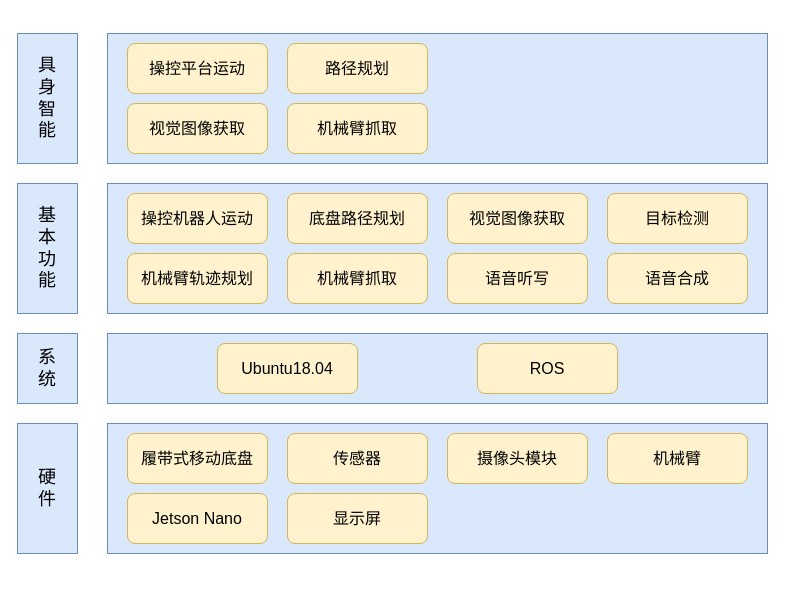
Earlier version of the draw.io diagram work.drawio (xuhaoShaw/QRobot). Source tidied: cells renumbered, new cells numbered last; positions are measured from the earlier drawing's top-left corner, leaving out a move shared by most shapes. Both pictures are drawn from the tidied source at 100%, with x=0, y=0 at pixel (17, 33).
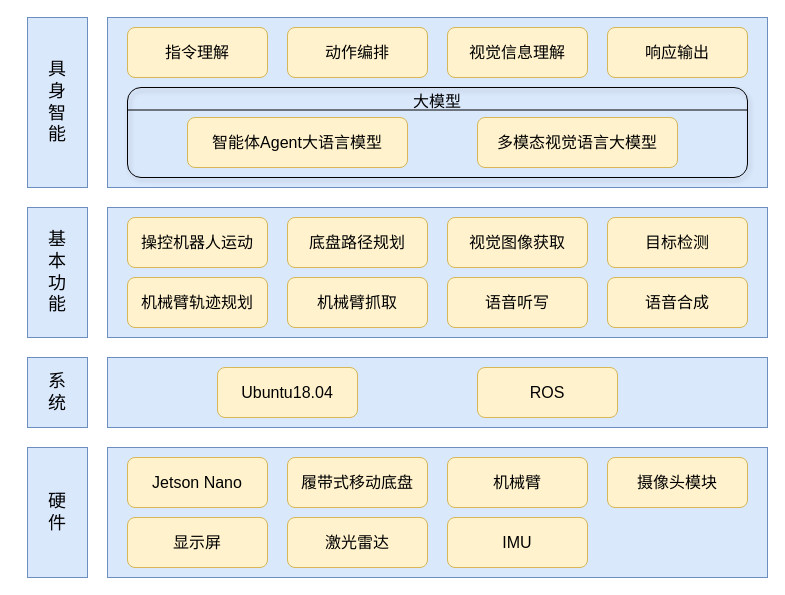
After the change.

What changed in the source:
```diff
@@
     <mxCell id="2" style="rounded=0;whiteSpace=wrap;html=1;fillColor=#dae8fc;strokeColor=#6c8ebf;" parent="1" vertex="1">
-      <mxGeometry x="90" y="390" width="660" height="130" as="geometry" />
+      <mxGeometry x="90" y="414" width="660" height="130" as="geometry" />
     </mxCell>
     <mxCell id="3" value="&lt;font style=&quot;font-size: 16px;&quot;&gt;履带式移动底盘&lt;/font&gt;" style="rounded=1;whiteSpace=wrap;html=1;fillColor=#fff2cc;strokeColor=#d6b656;" parent="1" vertex="1">
-      <mxGeometry x="110" y="400" width="140" height="50" as="geometry" />
+      <mxGeometry x="270" y="424" width="140" height="50" as="geometry" />
     </mxCell>
-    <mxCell id="4" value="&lt;font style=&quot;font-size: 16px;&quot;&gt;传感器&lt;/font&gt;" style="rounded=1;whiteSpace=wrap;html=1;fillColor=#fff2cc;strokeColor=#d6b656;" parent="1" vertex="1">
-      <mxGeometry x="270" y="400" width="140" height="50" as="geometry" />
+    <mxCell id="4" value="&lt;font style=&quot;font-size: 16px;&quot;&gt;激光雷达&lt;/font&gt;" style="rounded=1;whiteSpace=wrap;html=1;fillColor=#fff2cc;strokeColor=#d6b656;" parent="1" vertex="1">
+      <mxGeometry x="270" y="484" width="140" height="50" as="geometry" />
     </mxCell>
     <mxCell id="5" value="&lt;font style=&quot;font-size: 16px;&quot;&gt;摄像头模块&lt;/font&gt;" style="rounded=1;whiteSpace=wrap;html=1;fillColor=#fff2cc;strokeColor=#d6b656;" parent="1" vertex="1">
-      <mxGeometry x="430" y="400" width="140" height="50" as="geometry" />
+      <mxGeometry x="590" y="424" width="140" height="50" as="geometry" />
     </mxCell>
     <mxCell id="6" value="&lt;font style=&quot;font-size: 16px;&quot;&gt;机械臂&lt;/font&gt;" style="rounded=1;whiteSpace=wrap;html=1;fillColor=#fff2cc;strokeColor=#d6b656;" parent="1" vertex="1">
-      <mxGeometry x="590" y="400" width="140" height="50" as="geometry" />
+      <mxGeometry x="430" y="424" width="140" height="50" as="geometry" />
     </mxCell>
     <mxCell id="7" value="&lt;font face=&quot;Helvetica&quot; style=&quot;font-size: 18px;&quot;&gt;硬&lt;/font&gt;&lt;div&gt;&lt;font face=&quot;Helvetica&quot; style=&quot;font-size: 18px;&quot;&gt;件&lt;/font&gt;&lt;/div&gt;" style="rounded=0;whiteSpace=wrap;html=1;fillColor=#dae8fc;strokeColor=#6c8ebf;" parent="1" vertex="1">
-      <mxGeometry y="390" width="60" height="130" as="geometry" />
+      <mxGeometry x="10" y="414" width="60" height="130" as="geometry" />
     </mxCell>
     <mxCell id="8" value="&lt;font style=&quot;font-size: 16px;&quot;&gt;Jetson Nano&lt;/font&gt;" style="rounded=1;whiteSpace=wrap;html=1;fillColor=#fff2cc;strokeColor=#d6b656;" parent="1" vertex="1">
-      <mxGeometry x="110" y="460" width="140" height="50" as="geometry" />
+      <mxGeometry x="110" y="424" width="140" height="50" as="geometry" />
     </mxCell>
     <mxCell id="9" value="&lt;font face=&quot;Helvetica&quot; style=&quot;font-size: 18px;&quot;&gt;系&lt;/font&gt;&lt;div&gt;&lt;font face=&quot;Helvetica&quot; style=&quot;font-size: 18px;&quot;&gt;统&lt;/font&gt;&lt;/div&gt;" style="rounded=0;whiteSpace=wrap;html=1;fillColor=#dae8fc;strokeColor=#6c8ebf;" parent="1" vertex="1">
-      <mxGeometry y="300" width="60" height="70" as="geometry" />
+      <mxGeometry x="10" y="324" width="60" height="70" as="geometry" />
     </mxCell>
     <mxCell id="10" value="&lt;font style=&quot;font-size: 16px;&quot;&gt;显示屏&lt;/font&gt;" style="rounded=1;whiteSpace=wrap;html=1;fillColor=#fff2cc;strokeColor=#d6b656;" parent="1" vertex="1">
-      <mxGeometry x="270" y="460" width="140" height="50" as="geometry" />
+      <mxGeometry x="110" y="484" width="140" height="50" as="geometry" />
     </mxCell>
     <mxCell id="11" style="rounded=0;whiteSpace=wrap;html=1;fillColor=#dae8fc;strokeColor=#6c8ebf;" parent="1" vertex="1">
-      <mxGeometry x="90" y="300" width="660" height="70" as="geometry" />
+      <mxGeometry x="90" y="324" width="660" height="70" as="geometry" />
     </mxCell>
     <mxCell id="12" value="&lt;font style=&quot;font-size: 16px;&quot;&gt;Ubuntu18.04&lt;/font&gt;" style="rounded=1;whiteSpace=wrap;html=1;fillColor=#fff2cc;strokeColor=#d6b656;" parent="1" vertex="1">
-      <mxGeometry x="200" y="310" width="140" height="50" as="geometry" />
+      <mxGeometry x="200" y="334" width="140" height="50" as="geometry" />
     </mxCell>
     <mxCell id="13" value="&lt;font style=&quot;font-size: 16px;&quot;&gt;ROS&lt;/font&gt;" style="rounded=1;whiteSpace=wrap;html=1;fillColor=#fff2cc;strokeColor=#d6b656;" parent="1" vertex="1">
-      <mxGeometry x="460" y="310" width="140" height="50" as="geometry" />
+      <mxGeometry x="460" y="334" width="140" height="50" as="geometry" />
     </mxCell>
     <mxCell id="14" value="&lt;span style=&quot;font-size: 18px;&quot;&gt;基&lt;/span&gt;&lt;div&gt;&lt;span style=&quot;font-size: 18px;&quot;&gt;本&lt;/span&gt;&lt;/div&gt;&lt;div&gt;&lt;span style=&quot;font-size: 18px;&quot;&gt;功&lt;/span&gt;&lt;/div&gt;&lt;div&gt;&lt;span style=&quot;font-size: 18px;&quot;&gt;能&lt;/span&gt;&lt;/div&gt;" style="rounded=0;whiteSpace=wrap;html=1;fillColor=#dae8fc;strokeColor=#6c8ebf;" parent="1" vertex="1">
-      <mxGeometry y="150" width="60" height="130" as="geometry" />
+      <mxGeometry x="10" y="174" width="60" height="130" as="geometry" />
     </mxCell>
     <mxCell id="15" style="rounded=0;whiteSpace=wrap;html=1;fillColor=#dae8fc;strokeColor=#6c8ebf;" parent="1" vertex="1">
-      <mxGeometry x="90" y="150" width="660" height="130" as="geometry" />
+      <mxGeometry x="90" y="174" width="660" height="130" as="geometry" />
     </mxCell>
     <mxCell id="16" value="&lt;font style=&quot;font-size: 16px;&quot;&gt;机械臂轨迹规划&lt;/font&gt;" style="rounded=1;whiteSpace=wrap;html=1;fillColor=#fff2cc;strokeColor=#d6b656;" parent="1" vertex="1">
-      <mxGeometry x="110" y="220" width="140" height="50" as="geometry" />
+      <mxGeometry x="110" y="244" width="140" height="50" as="geometry" />
     </mxCell>
     <mxCell id="17" value="&lt;span style=&quot;font-size: 16px;&quot;&gt;操控机器人运动&lt;/span&gt;" style="rounded=1;whiteSpace=wrap;html=1;fillColor=#fff2cc;strokeColor=#d6b656;" parent="1" vertex="1">
-      <mxGeometry x="110" y="160" width="140" height="50" as="geometry" />
+      <mxGeometry x="110" y="184" width="140" height="50" as="geometry" />
     </mxCell>
     <mxCell id="18" value="&lt;font style=&quot;font-size: 16px;&quot;&gt;视觉图像获取&lt;/font&gt;" style="rounded=1;whiteSpace=wrap;html=1;fillColor=#fff2cc;strokeColor=#d6b656;" parent="1" vertex="1">
-      <mxGeometry x="430" y="160" width="140" height="50" as="geometry" />
+      <mxGeometry x="430" y="184" width="140" height="50" as="geometry" />
     </mxCell>
     <mxCell id="19" value="&lt;font style=&quot;font-size: 16px;&quot;&gt;底盘路径规划&lt;/font&gt;" style="rounded=1;whiteSpace=wrap;html=1;fillColor=#fff2cc;strokeColor=#d6b656;" parent="1" vertex="1">
-      <mxGeometry x="270" y="160" width="140" height="50" as="geometry" />
+      <mxGeometry x="270" y="184" width="140" height="50" as="geometry" />
     </mxCell>
     <mxCell id="20" value="&lt;span style=&quot;font-size: 18px;&quot;&gt;具&lt;/span&gt;&lt;div&gt;&lt;span style=&quot;font-size: 18px;&quot;&gt;身&lt;/span&gt;&lt;div&gt;&lt;span style=&quot;font-size: 18px;&quot;&gt;智&lt;/span&gt;&lt;div&gt;&lt;span style=&quot;font-size: 18px;&quot;&gt;能&lt;/span&gt;&lt;/div&gt;&lt;/div&gt;&lt;/div&gt;" style="rounded=0;whiteSpace=wrap;html=1;fillColor=#dae8fc;strokeColor=#6c8ebf;" parent="1" vertex="1">
-      <mxGeometry width="60" height="130" as="geometry" />
+      <mxGeometry x="10" y="-16" width="60" height="170" as="geometry" />
     </mxCell>
     <mxCell id="21" style="rounded=0;whiteSpace=wrap;html=1;fillColor=#dae8fc;strokeColor=#6c8ebf;" parent="1" vertex="1">
-      <mxGeometry x="90" width="660" height="130" as="geometry" />
+      <mxGeometry x="90" y="-16" width="660" height="170" as="geometry" />
     </mxCell>
-    <mxCell id="22" value="&lt;font style=&quot;font-size: 16px;&quot;&gt;机械臂抓取&lt;/font&gt;" style="rounded=1;whiteSpace=wrap;html=1;fillColor=#fff2cc;strokeColor=#d6b656;" parent="1" vertex="1">
-      <mxGeometry x="270" y="70" width="140" height="50" as="geometry" />
-    </mxCell>
-    <mxCell id="23" value="&lt;span style=&quot;font-size: 16px;&quot;&gt;操控平台运动&lt;/span&gt;" style="rounded=1;whiteSpace=wrap;html=1;fillColor=#fff2cc;strokeColor=#d6b656;" parent="1" vertex="1">
-      <mxGeometry x="110" y="10" width="140" height="50" as="geometry" />
-    </mxCell>
-    <mxCell id="24" value="&lt;font style=&quot;font-size: 16px;&quot;&gt;视觉图像获取&lt;/font&gt;" style="rounded=1;whiteSpace=wrap;html=1;fillColor=#fff2cc;strokeColor=#d6b656;" parent="1" vertex="1">
-      <mxGeometry x="110" y="70" width="140" height="50" as="geometry" />
-    </mxCell>
-    <mxCell id="25" value="&lt;font style=&quot;font-size: 16px;&quot;&gt;路径规划&lt;/font&gt;" style="rounded=1;whiteSpace=wrap;html=1;fillColor=#fff2cc;strokeColor=#d6b656;" parent="1" vertex="1">
-      <mxGeometry x="270" y="10" width="140" height="50" as="geometry" />
-    </mxCell>
     <mxCell id="26" value="&lt;font style=&quot;font-size: 16px;&quot;&gt;目标检测&lt;/font&gt;" style="rounded=1;whiteSpace=wrap;html=1;fillColor=#fff2cc;strokeColor=#d6b656;" parent="1" vertex="1">
-      <mxGeometry x="590" y="160" width="140" height="50" as="geometry" />
+      <mxGeometry x="590" y="184" width="140" height="50" as="geometry" />
     </mxCell>
     <mxCell id="27" value="&lt;font style=&quot;font-size: 16px;&quot;&gt;机械臂抓取&lt;/font&gt;" style="rounded=1;whiteSpace=wrap;html=1;fillColor=#fff2cc;strokeColor=#d6b656;" parent="1" vertex="1">
-      <mxGeometry x="270" y="220" width="140" height="50" as="geometry" />
+      <mxGeometry x="270" y="244" width="140" height="50" as="geometry" />
     </mxCell>
     <mxCell id="28" value="&lt;font style=&quot;font-size: 16px;&quot;&gt;语音听写&lt;/font&gt;" style="rounded=1;whiteSpace=wrap;html=1;fillColor=#fff2cc;strokeColor=#d6b656;" parent="1" vertex="1">
-      <mxGeometry x="430" y="220" width="140" height="50" as="geometry" />
+      <mxGeometry x="430" y="244" width="140" height="50" as="geometry" />
     </mxCell>
+    <mxCell id="30" value="&lt;font style=&quot;font-size: 16px;&quot;&gt;大模型&lt;/font&gt;&lt;div style=&quot;font-size: 16px;&quot;&gt;&lt;br&gt;&lt;/div&gt;&lt;div&gt;&lt;br&gt;&lt;/div&gt;&lt;div&gt;&lt;br&gt;&lt;/div&gt;&lt;div&gt;&lt;br&gt;&lt;/div&gt;" style="rounded=1;whiteSpace=wrap;html=1;fillColor=none;shadow=1;glass=0;" parent="1" vertex="1">
+      <mxGeometry x="110" y="54" width="620" height="90" as="geometry" />
+    </mxCell>
     <mxCell id="29" value="&lt;font style=&quot;font-size: 16px;&quot;&gt;语音合成&lt;/font&gt;" style="rounded=1;whiteSpace=wrap;html=1;fillColor=#fff2cc;strokeColor=#d6b656;" parent="1" vertex="1">
-      <mxGeometry x="590" y="220" width="140" height="50" as="geometry" />
+      <mxGeometry x="590" y="244" width="140" height="50" as="geometry" />
     </mxCell>
+    <mxCell id="23" value="&lt;span style=&quot;font-size: 16px;&quot;&gt;智能体Agent大语言模型&lt;/span&gt;" style="rounded=1;whiteSpace=wrap;html=1;fillColor=#fff2cc;strokeColor=#d6b656;" parent="1" vertex="1">
+      <mxGeometry x="170" y="84" width="220" height="50" as="geometry" />
+    </mxCell>
+    <mxCell id="24" value="&lt;font style=&quot;font-size: 16px;&quot;&gt;多模态视觉语言大模型&lt;/font&gt;" style="rounded=1;whiteSpace=wrap;html=1;fillColor=#fff2cc;strokeColor=#d6b656;" parent="1" vertex="1">
+      <mxGeometry x="460" y="84" width="200" height="50" as="geometry" />
+    </mxCell>
+    <mxCell id="31" style="endArrow=none;html=1;rounded=0;exitX=0;exitY=0.25;exitDx=0;exitDy=0;entryX=1;entryY=0.25;entryDx=0;entryDy=0;" parent="1" edge="1" source="30" target="30">
+      <mxGeometry relative="1" as="geometry" />
+    </mxCell>
+    <mxCell id="32" value="&lt;font style=&quot;font-size: 16px;&quot;&gt;指令理解&lt;/font&gt;" style="rounded=1;whiteSpace=wrap;html=1;fillColor=#fff2cc;strokeColor=#d6b656;" parent="1" vertex="1">
+      <mxGeometry x="110" y="-6" width="140" height="50" as="geometry" />
+    </mxCell>
+    <mxCell id="33" value="&lt;font style=&quot;font-size: 16px;&quot;&gt;动作编排&lt;/font&gt;" style="rounded=1;whiteSpace=wrap;html=1;fillColor=#fff2cc;strokeColor=#d6b656;" parent="1" vertex="1">
+      <mxGeometry x="270" y="-6" width="140" height="50" as="geometry" />
+    </mxCell>
+    <mxCell id="34" value="&lt;font style=&quot;font-size: 16px;&quot;&gt;视觉信息理解&lt;/font&gt;" style="rounded=1;whiteSpace=wrap;html=1;fillColor=#fff2cc;strokeColor=#d6b656;" parent="1" vertex="1">
+      <mxGeometry x="430" y="-6" width="140" height="50" as="geometry" />
+    </mxCell>
+    <mxCell id="35" value="&lt;font style=&quot;font-size: 16px;&quot;&gt;响应输出&lt;/font&gt;" style="rounded=1;whiteSpace=wrap;html=1;fillColor=#fff2cc;strokeColor=#d6b656;" parent="1" vertex="1">
+      <mxGeometry x="590" y="-6" width="140" height="50" as="geometry" />
+    </mxCell>
+    <mxCell id="36" value="&lt;font style=&quot;font-size: 16px;&quot;&gt;IMU&lt;/font&gt;" style="rounded=1;whiteSpace=wrap;html=1;fillColor=#fff2cc;strokeColor=#d6b656;" parent="1" vertex="1">
+      <mxGeometry x="430" y="484" width="140" height="50" as="geometry" />
+    </mxCell>
```
